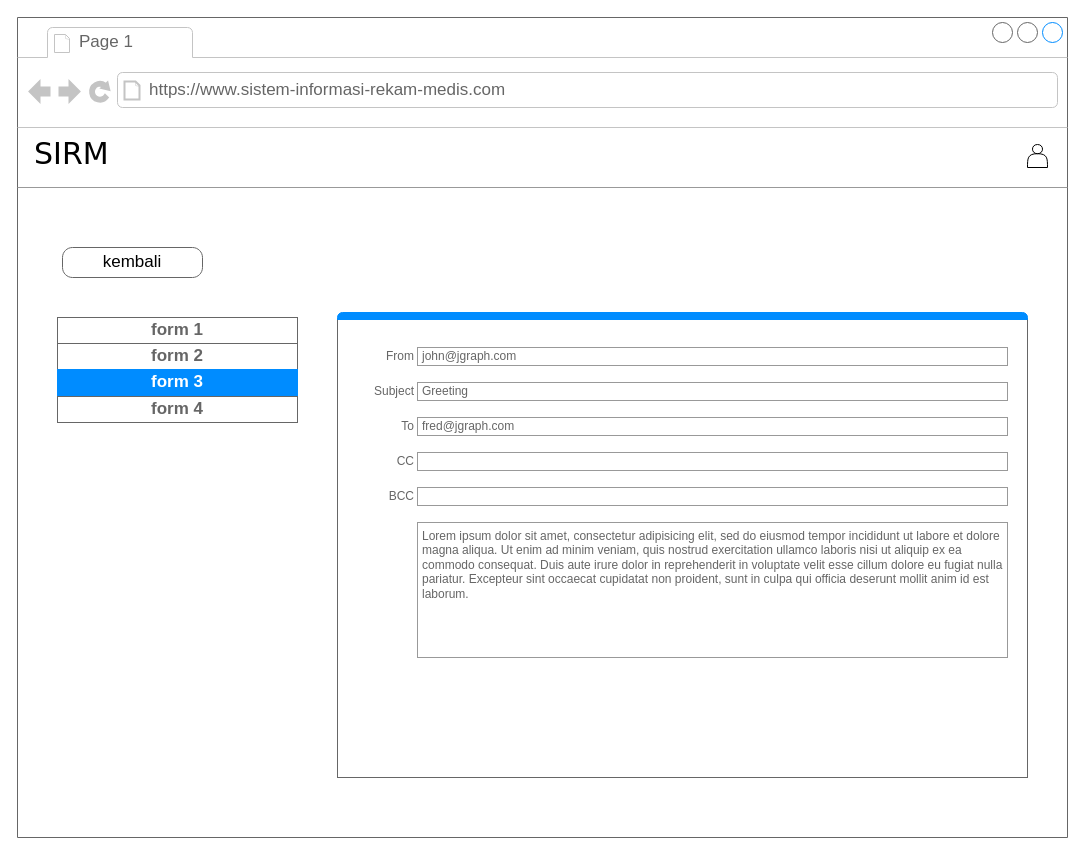
This is page "Page-2" (2 of 4) of Untitled Diagram.drawio from marijmokoginta/marijmokoginta, a draw.io file, before an edit. Source tidied: cells renumbered, new cells numbered last; positions are measured from the earlier drawing's top-left corner, leaving out a move shared by most shapes. Both pictures are drawn from the tidied source at 100%, with x=0, y=0 at pixel (17, 17).
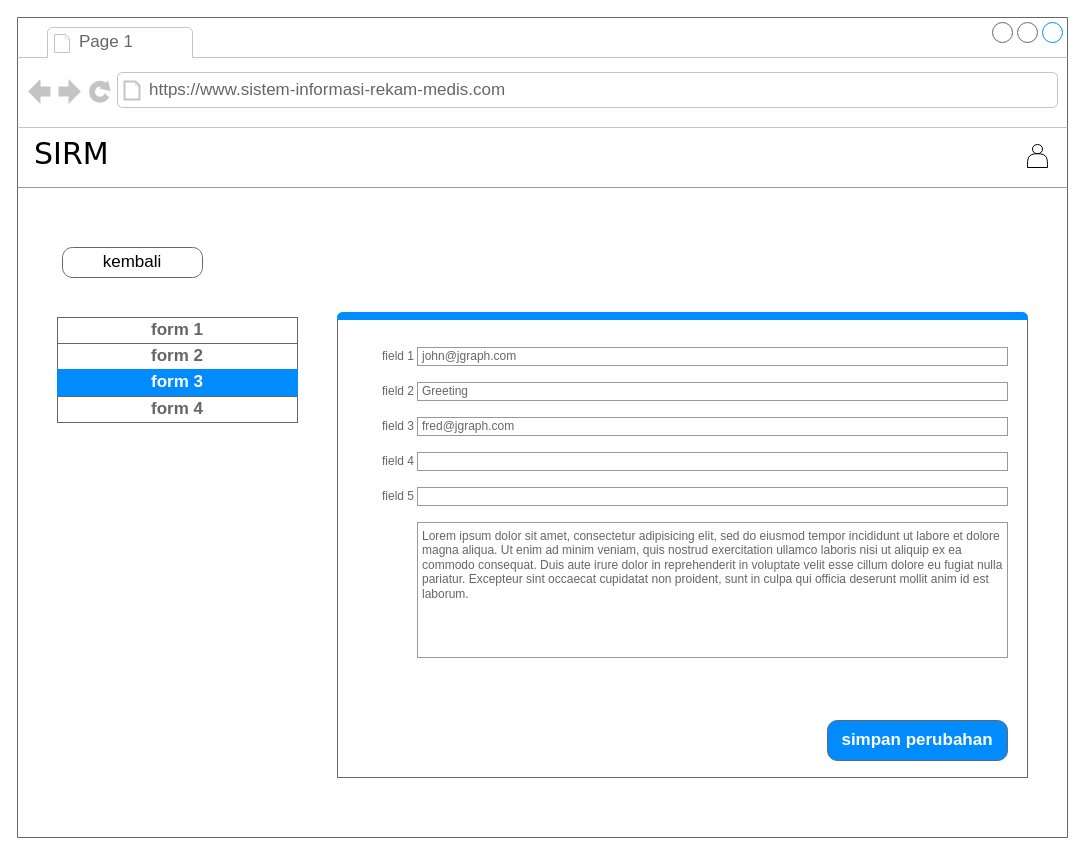
After the change.

Unchanged cells that the change refers to:
```xml
<mxCell id="14" style="strokeWidth=1;shadow=0;dashed=0;align=center;html=1;shape=mxgraph.mockup.containers.marginRect2;rectMarginTop=32;strokeColor=#666666;gradientColor=none;whiteSpace=wrap;" parent="2" vertex="1">
  <mxGeometry x="320" y="270" width="690" height="490" as="geometry" />
</mxCell>
```

The edit, as a diff of the source:
```diff
@@
-    <mxCell id="16" value="From" style="strokeWidth=1;shadow=0;dashed=0;align=center;html=1;shape=mxgraph.mockup.forms.anchor;align=right;spacingRight=2;fontColor=#666666;" parent="14" vertex="1">
+    <mxCell id="16" value="field 1" style="strokeWidth=1;shadow=0;dashed=0;align=center;html=1;shape=mxgraph.mockup.forms.anchor;align=right;spacingRight=2;fontColor=#666666;" parent="14" vertex="1">
       <mxGeometry x="30" y="60" width="50" height="18" as="geometry" />
     </mxCell>
@@
-    <mxCell id="18" value="Subject" style="strokeWidth=1;shadow=0;dashed=0;align=center;html=1;shape=mxgraph.mockup.forms.anchor;align=right;spacingRight=2;fontColor=#666666;" parent="14" vertex="1">
+    <mxCell id="18" value="field 2" style="strokeWidth=1;shadow=0;dashed=0;align=center;html=1;shape=mxgraph.mockup.forms.anchor;align=right;spacingRight=2;fontColor=#666666;" parent="14" vertex="1">
       <mxGeometry x="30" y="95" width="50" height="18" as="geometry" />
     </mxCell>
@@
-    <mxCell id="20" value="To" style="strokeWidth=1;shadow=0;dashed=0;align=center;html=1;shape=mxgraph.mockup.forms.anchor;align=right;spacingRight=2;fontColor=#666666;" parent="14" vertex="1">
+    <mxCell id="20" value="field 3" style="strokeWidth=1;shadow=0;dashed=0;align=center;html=1;shape=mxgraph.mockup.forms.anchor;align=right;spacingRight=2;fontColor=#666666;" parent="14" vertex="1">
       <mxGeometry x="30" y="130" width="50" height="18" as="geometry" />
     </mxCell>
@@
-    <mxCell id="22" value="CC" style="strokeWidth=1;shadow=0;dashed=0;align=center;html=1;shape=mxgraph.mockup.forms.anchor;align=right;spacingRight=2;fontColor=#666666;" parent="14" vertex="1">
+    <mxCell id="22" value="field 4" style="strokeWidth=1;shadow=0;dashed=0;align=center;html=1;shape=mxgraph.mockup.forms.anchor;align=right;spacingRight=2;fontColor=#666666;" parent="14" vertex="1">
       <mxGeometry x="30" y="165" width="50" height="18" as="geometry" />
     </mxCell>
@@
-    <mxCell id="24" value="BCC" style="strokeWidth=1;shadow=0;dashed=0;align=center;html=1;shape=mxgraph.mockup.forms.anchor;align=right;spacingRight=2;fontColor=#666666;" parent="14" vertex="1">
+    <mxCell id="24" value="field 5" style="strokeWidth=1;shadow=0;dashed=0;align=center;html=1;shape=mxgraph.mockup.forms.anchor;align=right;spacingRight=2;fontColor=#666666;" parent="14" vertex="1">
       <mxGeometry x="30" y="200" width="50" height="18" as="geometry" />
     </mxCell>
@@
+    <mxCell id="27" value="simpan perubahan" style="strokeWidth=1;shadow=0;dashed=0;align=center;html=1;shape=mxgraph.mockup.buttons.button;strokeColor=#666666;fontColor=#ffffff;mainText=;buttonStyle=round;fontSize=17;fontStyle=1;fillColor=#008cff;whiteSpace=wrap;" parent="14" vertex="1">
+      <mxGeometry x="490" y="433" width="180" height="40" as="geometry" />
+    </mxCell>
```
